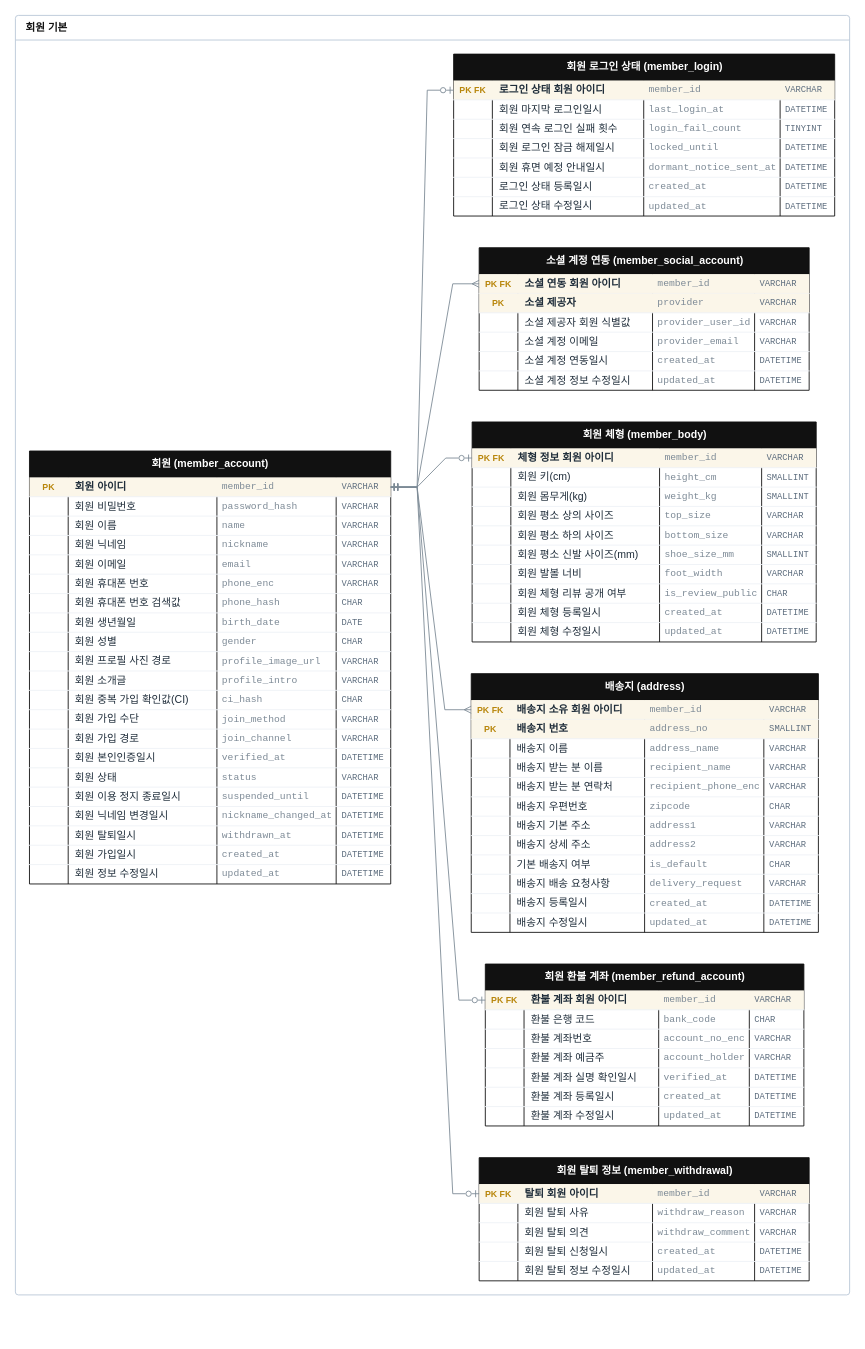
Earlier version of the draw.io diagram page "고객" (2 of 2) of docs/erd.drawio (jjonong/fashion-shoppingmall). Source tidied: cells renumbered, new cells numbered last; positions are measured from the earlier drawing's top-left corner, leaving out a move shared by most shapes. Both pictures are drawn from the tidied source at 88%, with x=0, y=0 at pixel (15, 15).
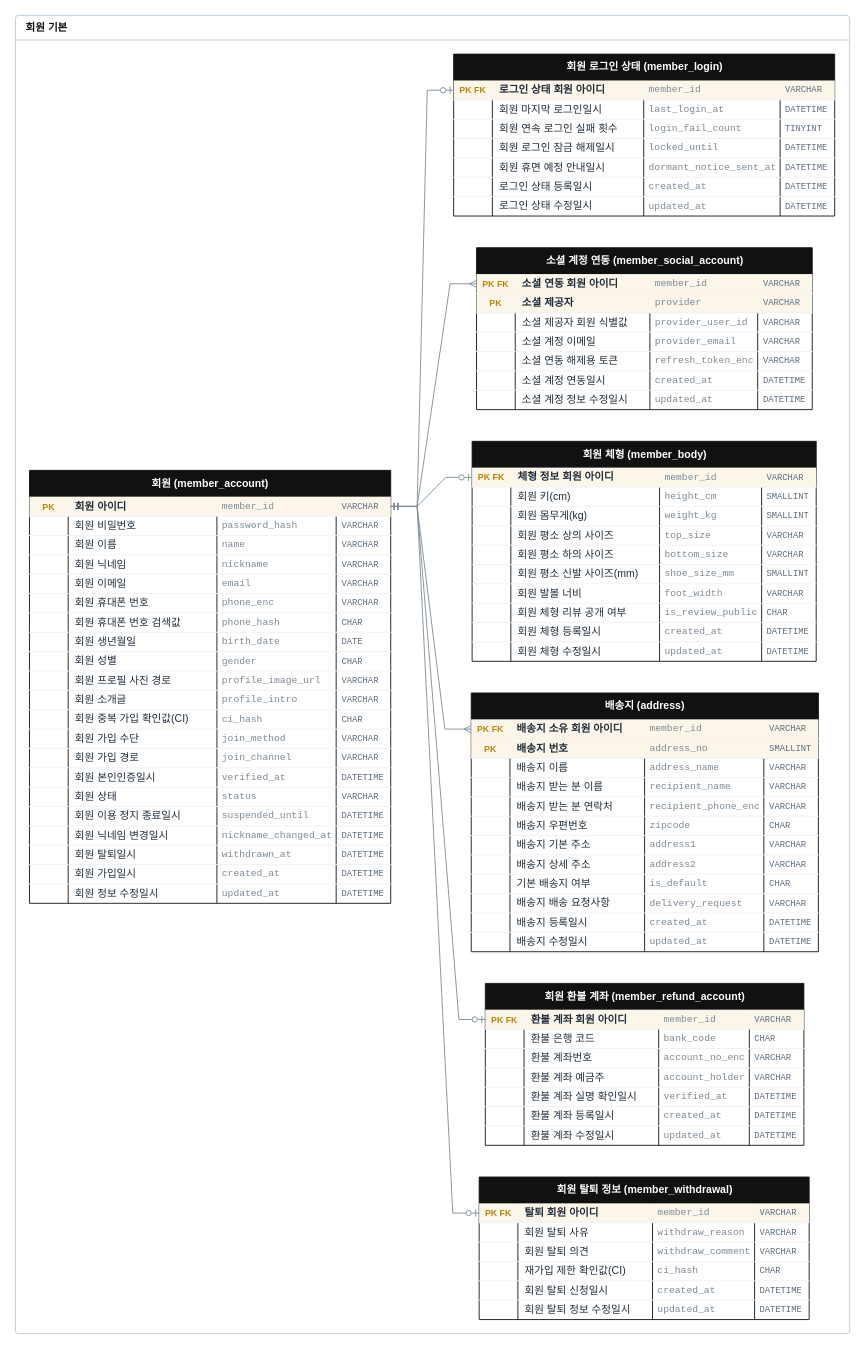
The same diagram, later.

Diff of the diagram source:
```diff
@@
     <mxCell id="2" value="회원 기본" style="swimlane;startSize=28;rounded=1;arcSize=4;fillColor=none;swimlaneFillColor=none;strokeColor=#b9c7d6;fontColor=#111111;fontStyle=1;align=left;spacingLeft=10;html=1;" parent="1" vertex="1">
-      <mxGeometry width="948" height="1454" as="geometry" />
+      <mxGeometry width="948" height="1498" as="geometry" />
     </mxCell>
     <mxCell id="3" value="회원 (member_account)" style="shape=table;startSize=30;childLayout=tableLayout;rowLines=0;fontStyle=1;align=center;html=1;fillColor=#111111;fontColor=#ffffff;strokeColor=#111111;swimlaneFillColor=#ffffff;" parent="2" vertex="1">
-      <mxGeometry x="16" y="495" width="410.5" height="492" as="geometry" />
+      <mxGeometry x="16" y="517" width="410.5" height="492" as="geometry" />
     </mxCell>
@@
     <mxCell id="145" value="소셜 계정 연동 (member_social_account)" style="shape=table;startSize=30;childLayout=tableLayout;rowLines=0;fontStyle=1;align=center;html=1;fillColor=#111111;fontColor=#ffffff;strokeColor=#111111;swimlaneFillColor=#ffffff;" parent="2" vertex="1">
-      <mxGeometry x="527" y="264" width="375" height="162" as="geometry" />
+      <mxGeometry x="524" y="264" width="381.5" height="184" as="geometry" />
     </mxCell>
     <mxCell id="146" style="shape=tableRow;horizontal=0;startSize=0;swimlaneHead=0;swimlaneBody=0;fillColor=#FBF6E9;points=[[0,0.5],[1,0.5]];portConstraint=eastwest;top=0;left=0;right=0;bottom=1;strokeColor=#eef2f6;" parent="145" vertex="1">
-      <mxGeometry y="30" width="375" height="22" as="geometry" />
+      <mxGeometry y="30" width="381.5" height="22" as="geometry" />
     </mxCell>
@@
     <mxCell id="149" value="member_id" style="shape=partialRectangle;fillColor=none;top=0;left=0;bottom=0;right=0;overflow=hidden;html=1;fontFamily=Consolas;fontColor=#7d8a96;fontSize=11;align=left;spacingLeft=4;" parent="146" vertex="1">
-      <mxGeometry x="197" width="116" height="22" as="geometry" />
+      <mxGeometry x="197" width="122.5" height="22" as="geometry" />
     </mxCell>
     <mxCell id="150" value="VARCHAR" style="shape=partialRectangle;fillColor=none;top=0;left=0;bottom=0;right=0;overflow=hidden;html=1;fontFamily=Consolas;fontColor=#5d6d7e;fontSize=10;align=left;spacingLeft=4;" parent="146" vertex="1">
-      <mxGeometry x="313" width="62" height="22" as="geometry" />
+      <mxGeometry x="319.5" width="62" height="22" as="geometry" />
     </mxCell>
     <mxCell id="151" style="shape=tableRow;horizontal=0;startSize=0;swimlaneHead=0;swimlaneBody=0;fillColor=#FBF6E9;top=0;left=0;right=0;bottom=1;strokeColor=#eef2f6;" parent="145" vertex="1">
-      <mxGeometry y="52" width="375" height="22" as="geometry" />
+      <mxGeometry y="52" width="381.5" height="22" as="geometry" />
     </mxCell>
@@
     <mxCell id="154" value="provider" style="shape=partialRectangle;fillColor=none;top=0;left=0;bottom=0;right=0;overflow=hidden;html=1;fontFamily=Consolas;fontColor=#7d8a96;fontSize=11;align=left;spacingLeft=4;" parent="151" vertex="1">
-      <mxGeometry x="197" width="116" height="22" as="geometry" />
+      <mxGeometry x="197" width="122.5" height="22" as="geometry" />
     </mxCell>
     <mxCell id="155" value="VARCHAR" style="shape=partialRectangle;fillColor=none;top=0;left=0;bottom=0;right=0;overflow=hidden;html=1;fontFamily=Consolas;fontColor=#5d6d7e;fontSize=10;align=left;spacingLeft=4;" parent="151" vertex="1">
-      <mxGeometry x="313" width="62" height="22" as="geometry" />
+      <mxGeometry x="319.5" width="62" height="22" as="geometry" />
     </mxCell>
     <mxCell id="156" style="shape=tableRow;horizontal=0;startSize=0;swimlaneHead=0;swimlaneBody=0;fillColor=none;top=0;left=0;right=0;bottom=1;strokeColor=#eef2f6;" parent="145" vertex="1">
-      <mxGeometry y="74" width="375" height="22" as="geometry" />
+      <mxGeometry y="74" width="381.5" height="22" as="geometry" />
     </mxCell>
@@
     <mxCell id="159" value="provider_user_id" style="shape=partialRectangle;fillColor=none;top=0;left=0;bottom=0;right=0;overflow=hidden;html=1;fontFamily=Consolas;fontColor=#7d8a96;fontSize=11;align=left;spacingLeft=4;" parent="156" vertex="1">
-      <mxGeometry x="197" width="116" height="22" as="geometry" />
+      <mxGeometry x="197" width="122.5" height="22" as="geometry" />
     </mxCell>
     <mxCell id="160" value="VARCHAR" style="shape=partialRectangle;fillColor=none;top=0;left=0;bottom=0;right=0;overflow=hidden;html=1;fontFamily=Consolas;fontColor=#5d6d7e;fontSize=10;align=left;spacingLeft=4;" parent="156" vertex="1">
-      <mxGeometry x="313" width="62" height="22" as="geometry" />
+      <mxGeometry x="319.5" width="62" height="22" as="geometry" />
     </mxCell>
     <mxCell id="161" style="shape=tableRow;horizontal=0;startSize=0;swimlaneHead=0;swimlaneBody=0;fillColor=none;top=0;left=0;right=0;bottom=1;strokeColor=#eef2f6;" parent="145" vertex="1">
-      <mxGeometry y="96" width="375" height="22" as="geometry" />
+      <mxGeometry y="96" width="381.5" height="22" as="geometry" />
     </mxCell>
@@
     <mxCell id="164" value="provider_email" style="shape=partialRectangle;fillColor=none;top=0;left=0;bottom=0;right=0;overflow=hidden;html=1;fontFamily=Consolas;fontColor=#7d8a96;fontSize=11;align=left;spacingLeft=4;" parent="161" vertex="1">
-      <mxGeometry x="197" width="116" height="22" as="geometry" />
+      <mxGeometry x="197" width="122.5" height="22" as="geometry" />
     </mxCell>
     <mxCell id="165" value="VARCHAR" style="shape=partialRectangle;fillColor=none;top=0;left=0;bottom=0;right=0;overflow=hidden;html=1;fontFamily=Consolas;fontColor=#5d6d7e;fontSize=10;align=left;spacingLeft=4;" parent="161" vertex="1">
-      <mxGeometry x="313" width="62" height="22" as="geometry" />
+      <mxGeometry x="319.5" width="62" height="22" as="geometry" />
     </mxCell>
+    <mxCell id="356" style="shape=tableRow;horizontal=0;startSize=0;swimlaneHead=0;swimlaneBody=0;fillColor=none;top=0;left=0;right=0;bottom=1;strokeColor=#eef2f6;" parent="145" vertex="1">
+      <mxGeometry y="118" width="381.5" height="22" as="geometry" />
+    </mxCell>
+    <mxCell id="357" style="shape=partialRectangle;fillColor=none;top=0;left=0;bottom=0;right=0;overflow=hidden;html=1;fontStyle=1;fontColor=#2f6496;fontSize=10;align=center;" parent="356" vertex="1">
+      <mxGeometry width="44" height="22" as="geometry" />
+    </mxCell>
+    <mxCell id="358" value="소셜 연동 해제용 토큰" style="shape=partialRectangle;fillColor=none;top=0;left=0;bottom=0;right=0;overflow=hidden;html=1;fontStyle=0;fontColor=#1f2d3a;align=left;spacingLeft=6;" parent="356" vertex="1">
+      <mxGeometry x="44" width="153" height="22" as="geometry" />
+    </mxCell>
+    <mxCell id="359" value="refresh_token_enc" style="shape=partialRectangle;fillColor=none;top=0;left=0;bottom=0;right=0;overflow=hidden;html=1;fontFamily=Consolas;fontColor=#7d8a96;fontSize=11;align=left;spacingLeft=4;" parent="356" vertex="1">
+      <mxGeometry x="197" width="122.5" height="22" as="geometry" />
+    </mxCell>
+    <mxCell id="360" value="VARCHAR" style="shape=partialRectangle;fillColor=none;top=0;left=0;bottom=0;right=0;overflow=hidden;html=1;fontFamily=Consolas;fontColor=#5d6d7e;fontSize=10;align=left;spacingLeft=4;" parent="356" vertex="1">
+      <mxGeometry x="319.5" width="62" height="22" as="geometry" />
+    </mxCell>
     <mxCell id="166" style="shape=tableRow;horizontal=0;startSize=0;swimlaneHead=0;swimlaneBody=0;fillColor=none;top=0;left=0;right=0;bottom=1;strokeColor=#eef2f6;" parent="145" vertex="1">
-      <mxGeometry y="118" width="375" height="22" as="geometry" />
+      <mxGeometry y="140" width="381.5" height="22" as="geometry" />
     </mxCell>
@@
     <mxCell id="169" value="created_at" style="shape=partialRectangle;fillColor=none;top=0;left=0;bottom=0;right=0;overflow=hidden;html=1;fontFamily=Consolas;fontColor=#7d8a96;fontSize=11;align=left;spacingLeft=4;" parent="166" vertex="1">
-      <mxGeometry x="197" width="116" height="22" as="geometry" />
+      <mxGeometry x="197" width="122.5" height="22" as="geometry" />
     </mxCell>
     <mxCell id="170" value="DATETIME" style="shape=partialRectangle;fillColor=none;top=0;left=0;bottom=0;right=0;overflow=hidden;html=1;fontFamily=Consolas;fontColor=#5d6d7e;fontSize=10;align=left;spacingLeft=4;" parent="166" vertex="1">
-      <mxGeometry x="313" width="62" height="22" as="geometry" />
+      <mxGeometry x="319.5" width="62" height="22" as="geometry" />
     </mxCell>
     <mxCell id="171" style="shape=tableRow;horizontal=0;startSize=0;swimlaneHead=0;swimlaneBody=0;fillColor=none;top=0;left=0;right=0;bottom=0;strokeColor=#eef2f6;" parent="145" vertex="1">
-      <mxGeometry y="140" width="375" height="22" as="geometry" />
+      <mxGeometry y="162" width="381.5" height="22" as="geometry" />
     </mxCell>
@@
     <mxCell id="174" value="updated_at" style="shape=partialRectangle;fillColor=none;top=0;left=0;bottom=0;right=0;overflow=hidden;html=1;fontFamily=Consolas;fontColor=#7d8a96;fontSize=11;align=left;spacingLeft=4;" parent="171" vertex="1">
-      <mxGeometry x="197" width="116" height="22" as="geometry" />
+      <mxGeometry x="197" width="122.5" height="22" as="geometry" />
     </mxCell>
     <mxCell id="175" value="DATETIME" style="shape=partialRectangle;fillColor=none;top=0;left=0;bottom=0;right=0;overflow=hidden;html=1;fontFamily=Consolas;fontColor=#5d6d7e;fontSize=10;align=left;spacingLeft=4;" parent="171" vertex="1">
-      <mxGeometry x="313" width="62" height="22" as="geometry" />
+      <mxGeometry x="319.5" width="62" height="22" as="geometry" />
     </mxCell>
     <mxCell id="176" value="회원 체형 (member_body)" style="shape=table;startSize=30;childLayout=tableLayout;rowLines=0;fontStyle=1;align=center;html=1;fillColor=#111111;fontColor=#ffffff;strokeColor=#111111;swimlaneFillColor=#ffffff;" parent="2" vertex="1">
-      <mxGeometry x="519" y="462" width="391" height="250" as="geometry" />
+      <mxGeometry x="519" y="484" width="391" height="250" as="geometry" />
     </mxCell>
@@
     <mxCell id="227" value="배송지 (address)" style="shape=table;startSize=30;childLayout=tableLayout;rowLines=0;fontStyle=1;align=center;html=1;fillColor=#111111;fontColor=#ffffff;strokeColor=#111111;swimlaneFillColor=#ffffff;" parent="2" vertex="1">
-      <mxGeometry x="518" y="748" width="394.5" height="294" as="geometry" />
+      <mxGeometry x="518" y="770" width="394.5" height="294" as="geometry" />
     </mxCell>
@@
     <mxCell id="288" value="회원 환불 계좌 (member_refund_account)" style="shape=table;startSize=30;childLayout=tableLayout;rowLines=0;fontStyle=1;align=center;html=1;fillColor=#111111;fontColor=#ffffff;strokeColor=#111111;swimlaneFillColor=#ffffff;" parent="2" vertex="1">
-      <mxGeometry x="534" y="1078" width="362" height="184" as="geometry" />
+      <mxGeometry x="534" y="1100" width="362" height="184" as="geometry" />
     </mxCell>
@@
     <mxCell id="324" value="회원 탈퇴 정보 (member_withdrawal)" style="shape=table;startSize=30;childLayout=tableLayout;rowLines=0;fontStyle=1;align=center;html=1;fillColor=#111111;fontColor=#ffffff;strokeColor=#111111;swimlaneFillColor=#ffffff;" parent="2" vertex="1">
-      <mxGeometry x="527" y="1298" width="375" height="140" as="geometry" />
+      <mxGeometry x="527" y="1320" width="375" height="162" as="geometry" />
     </mxCell>
@@
+    <mxCell id="361" style="shape=tableRow;horizontal=0;startSize=0;swimlaneHead=0;swimlaneBody=0;fillColor=none;top=0;left=0;right=0;bottom=1;strokeColor=#eef2f6;" parent="324" vertex="1">
+      <mxGeometry y="96" width="375" height="22" as="geometry" />
+    </mxCell>
+    <mxCell id="362" style="shape=partialRectangle;fillColor=none;top=0;left=0;bottom=0;right=0;overflow=hidden;html=1;fontStyle=1;fontColor=#2f6496;fontSize=10;align=center;" parent="361" vertex="1">
+      <mxGeometry width="44" height="22" as="geometry" />
+    </mxCell>
+    <mxCell id="363" value="재가입 제한 확인값(CI)" style="shape=partialRectangle;fillColor=none;top=0;left=0;bottom=0;right=0;overflow=hidden;html=1;fontStyle=0;fontColor=#1f2d3a;align=left;spacingLeft=6;" parent="361" vertex="1">
+      <mxGeometry x="44" width="153" height="22" as="geometry" />
+    </mxCell>
+    <mxCell id="364" value="ci_hash" style="shape=partialRectangle;fillColor=none;top=0;left=0;bottom=0;right=0;overflow=hidden;html=1;fontFamily=Consolas;fontColor=#7d8a96;fontSize=11;align=left;spacingLeft=4;" parent="361" vertex="1">
+      <mxGeometry x="197" width="116" height="22" as="geometry" />
+    </mxCell>
+    <mxCell id="365" value="CHAR" style="shape=partialRectangle;fillColor=none;top=0;left=0;bottom=0;right=0;overflow=hidden;html=1;fontFamily=Consolas;fontColor=#5d6d7e;fontSize=10;align=left;spacingLeft=4;" parent="361" vertex="1">
+      <mxGeometry x="313" width="62" height="22" as="geometry" />
+    </mxCell>
     <mxCell id="340" style="shape=tableRow;horizontal=0;startSize=0;swimlaneHead=0;swimlaneBody=0;fillColor=none;top=0;left=0;right=0;bottom=1;strokeColor=#eef2f6;" parent="324" vertex="1">
-      <mxGeometry y="96" width="375" height="22" as="geometry" />
+      <mxGeometry y="118" width="375" height="22" as="geometry" />
     </mxCell>
@@
     <mxCell id="345" style="shape=tableRow;horizontal=0;startSize=0;swimlaneHead=0;swimlaneBody=0;fillColor=none;top=0;left=0;right=0;bottom=0;strokeColor=#eef2f6;" parent="324" vertex="1">
-      <mxGeometry y="118" width="375" height="22" as="geometry" />
+      <mxGeometry y="140" width="375" height="22" as="geometry" />
     </mxCell>
```
